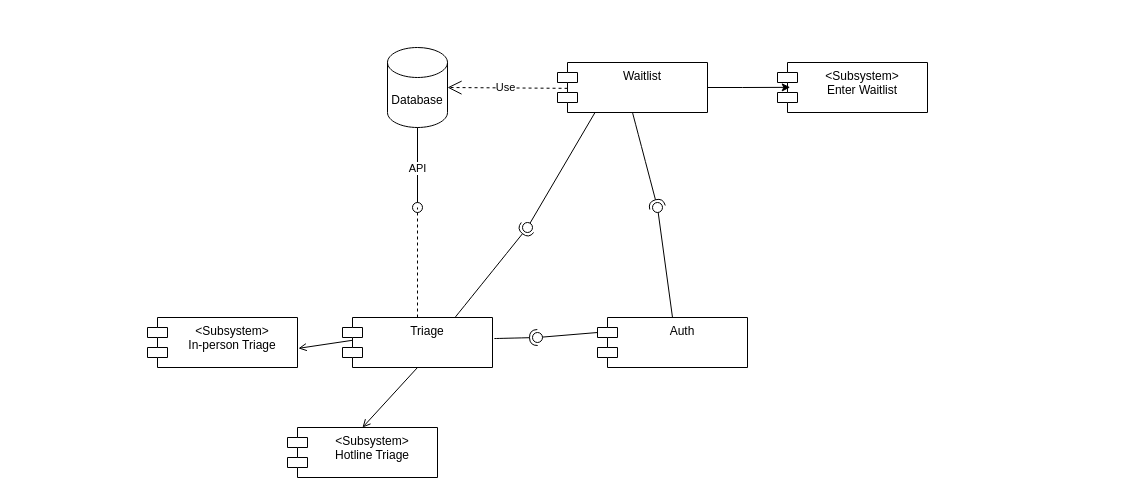
uvic-teach/project-m1-team1 keeps this draw.io diagram as images/m2_usecase1_cc.drawio. Above is the earlier version. Source tidied: cells renumbered, new cells numbered last; positions are measured from the earlier drawing's top-left corner, leaving out a move shared by most shapes. Both pictures are drawn from the tidied source at 100%, with x=0, y=0 at pixel (17, 47).
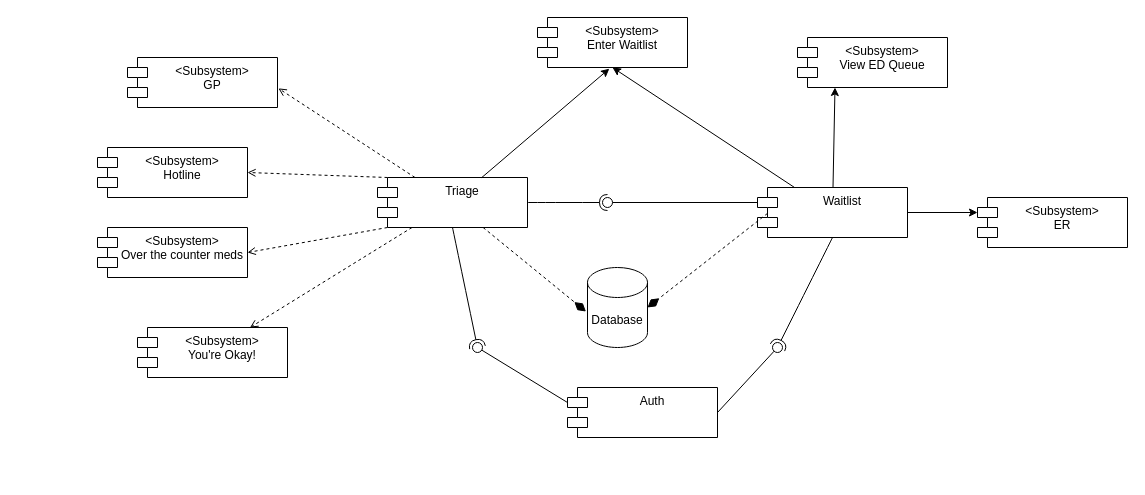
The same page after the edit.

Diff of the diagram source:
```diff
@@
+    <mxCell id="25" style="rounded=0;jettySize=auto;html=1;entryX=0.25;entryY=1;entryDx=0;entryDy=0;" parent="1" edge="1" source="2" target="30">
+      <mxGeometry relative="1" as="geometry" />
+    </mxCell>
     <mxCell id="2" value="&lt;div&gt;Waitlist&lt;/div&gt;" style="shape=module;align=left;spacingLeft=20;align=center;verticalAlign=top;whiteSpace=wrap;html=1;" parent="1" vertex="1">
-      <mxGeometry x="540" y="15" width="150" height="50" as="geometry" />
+      <mxGeometry x="740" y="140" width="150" height="50" as="geometry" />
     </mxCell>
-    <mxCell id="3" style="rounded=0;jettySize=auto;html=1;exitX=0.5;exitY=1;exitDx=0;exitDy=0;entryX=0.5;entryY=0;entryDx=0;entryDy=0;endArrow=open;endFill=0;" parent="1" edge="1" source="5" target="9">
+    <mxCell id="3" style="rounded=0;jettySize=auto;html=1;exitX=0;exitY=0;exitDx=10;exitDy=0;entryX=1;entryY=0.5;entryDx=0;entryDy=0;endArrow=open;endFill=0;exitPerimeter=0;dashed=1;" parent="1" edge="1" source="5" target="9">
       <mxGeometry relative="1" as="geometry" />
     </mxCell>
-    <mxCell id="4" style="rounded=0;jettySize=auto;html=1;exitX=0.084;exitY=0.448;exitDx=0;exitDy=0;entryX=1.006;entryY=0.617;entryDx=0;entryDy=0;entryPerimeter=0;endArrow=open;endFill=0;exitPerimeter=0;" parent="1" edge="1" source="5" target="10">
+    <mxCell id="4" style="rounded=0;jettySize=auto;html=1;exitX=0.25;exitY=0;exitDx=0;exitDy=0;entryX=1.006;entryY=0.617;entryDx=0;entryDy=0;entryPerimeter=0;endArrow=open;endFill=0;dashed=1;" parent="1" edge="1" source="5" target="10">
       <mxGeometry relative="1" as="geometry" />
     </mxCell>
+    <mxCell id="26" style="rounded=0;jettySize=auto;html=1;entryX=1;entryY=0.5;entryDx=0;entryDy=0;exitX=0;exitY=1;exitDx=10;exitDy=0;exitPerimeter=0;dashed=1;endArrow=open;endFill=0;" parent="1" edge="1" source="5" target="32">
+      <mxGeometry relative="1" as="geometry" />
+    </mxCell>
+    <mxCell id="27" style="rounded=0;jettySize=auto;html=1;entryX=0.75;entryY=0;entryDx=0;entryDy=0;dashed=1;endArrow=open;endFill=0;" parent="1" edge="1" source="5" target="33">
+      <mxGeometry relative="1" as="geometry" />
+    </mxCell>
     <mxCell id="5" value="&lt;div&gt;Triage&lt;/div&gt;" style="shape=module;align=left;spacingLeft=20;align=center;verticalAlign=top;whiteSpace=wrap;html=1;" parent="1" vertex="1">
-      <mxGeometry x="325" y="270" width="150" height="50" as="geometry" />
+      <mxGeometry x="360" y="130" width="150" height="50" as="geometry" />
     </mxCell>
     <mxCell id="6" value="Database" style="shape=cylinder3;whiteSpace=wrap;html=1;boundedLbl=1;backgroundOutline=1;size=15;" parent="1" vertex="1">
-      <mxGeometry x="370" width="60" height="80" as="geometry" />
+      <mxGeometry x="570" y="220" width="60" height="80" as="geometry" />
     </mxCell>
-    <mxCell id="7" value="Use" style="endArrow=open;endSize=12;dashed=1;html=1;rounded=0;exitX=0.067;exitY=0.517;exitDx=0;exitDy=0;exitPerimeter=0;" parent="1" edge="1" source="2">
-      <mxGeometry x="0.03" relative="1" as="geometry">
-        <mxPoint x="430" y="40" as="targetPoint" />
-      </mxGeometry>
+    <mxCell id="7" style="endArrow=diamondThin;endSize=12;dashed=1;html=1;rounded=0;exitX=0.067;exitY=0.517;exitDx=0;exitDy=0;exitPerimeter=0;entryX=1;entryY=0.5;entryDx=0;entryDy=0;entryPerimeter=0;endFill=1;" parent="1" edge="1" source="2" target="6">
+      <mxGeometry x="0.03" relative="1" as="geometry" />
     </mxCell>
     <mxCell id="8" value="&amp;lt;Subsystem&amp;gt;&lt;div&gt;Enter Waitlist&lt;br&gt;&lt;/div&gt;" style="shape=module;align=left;spacingLeft=20;align=center;verticalAlign=top;whiteSpace=wrap;html=1;" parent="1" vertex="1">
-      <mxGeometry x="760" y="15" width="150" height="50" as="geometry" />
+      <mxGeometry x="520" y="-30" width="150" height="50" as="geometry" />
     </mxCell>
-    <mxCell id="9" value="&amp;lt;Subsystem&amp;gt;&lt;div&gt;Hotline Triage&lt;br&gt;&lt;/div&gt;&lt;div&gt;&lt;br&gt;&lt;/div&gt;" style="shape=module;align=left;spacingLeft=20;align=center;verticalAlign=top;whiteSpace=wrap;html=1;" parent="1" vertex="1">
-      <mxGeometry x="270" y="380" width="150" height="50" as="geometry" />
+    <mxCell id="9" value="&amp;lt;Subsystem&amp;gt;&lt;div&gt;Hotline&lt;/div&gt;" style="shape=module;align=left;spacingLeft=20;align=center;verticalAlign=top;whiteSpace=wrap;html=1;" parent="1" vertex="1">
+      <mxGeometry x="80" y="100" width="150" height="50" as="geometry" />
     </mxCell>
-    <mxCell id="10" value="&amp;lt;Subsystem&amp;gt;&lt;div&gt;In-person Triage&lt;br&gt;&lt;/div&gt;" style="shape=module;align=left;spacingLeft=20;align=center;verticalAlign=top;whiteSpace=wrap;html=1;" parent="1" vertex="1">
-      <mxGeometry x="130" y="270" width="150" height="50" as="geometry" />
+    <mxCell id="10" value="&amp;lt;Subsystem&amp;gt;&lt;div&gt;GP&lt;br&gt;&lt;/div&gt;" style="shape=module;align=left;spacingLeft=20;align=center;verticalAlign=top;whiteSpace=wrap;html=1;" parent="1" vertex="1">
+      <mxGeometry x="110" y="10" width="150" height="50" as="geometry" />
     </mxCell>
@@
-    <mxCell id="13" style="rounded=0;jettySize=auto;html=1;dashed=1;endArrow=none;endFill=0;" parent="1" edge="1" source="5">
-      <mxGeometry relative="1" as="geometry">
-        <mxPoint x="400" y="160" as="targetPoint" />
-      </mxGeometry>
-    </mxCell>
     <mxCell id="14" value="&lt;div&gt;Auth&lt;/div&gt;" style="shape=module;align=left;spacingLeft=20;align=center;verticalAlign=top;whiteSpace=wrap;html=1;" parent="1" vertex="1">
-      <mxGeometry x="580" y="270" width="150" height="50" as="geometry" />
+      <mxGeometry x="550" y="340" width="150" height="50" as="geometry" />
     </mxCell>
-    <mxCell id="15" style="rounded=0;jettySize=auto;html=1;endArrow=oval;endFill=0;sketch=0;sourcePerimeterSpacing=0;targetPerimeterSpacing=0;endSize=10;exitX=0.5;exitY=1;exitDx=0;exitDy=0;exitPerimeter=0;" parent="1" edge="1" source="6">
-      <mxGeometry relative="1" as="geometry">
-        <mxPoint x="400" y="160" as="targetPoint" />
-      </mxGeometry>
-    </mxCell>
-    <mxCell id="16" value="&lt;div&gt;API&lt;/div&gt;" style="edgeLabel;html=1;align=center;verticalAlign=middle;" parent="15" vertex="1">
-      <mxGeometry x="-0.01" y="-1" relative="1" as="geometry" />
-    </mxCell>
     <mxCell id="17" style="rounded=0;jettySize=auto;html=1;endArrow=oval;endFill=0;sketch=0;sourcePerimeterSpacing=0;targetPerimeterSpacing=0;endSize=10;exitX=0;exitY=0;exitDx=0;exitDy=15;exitPerimeter=0;" parent="1" edge="1" source="14">
       <mxGeometry relative="1" as="geometry">
-        <mxPoint x="520" y="290" as="targetPoint" />
+        <mxPoint x="460" y="300" as="targetPoint" />
       </mxGeometry>
     </mxCell>
-    <mxCell id="18" style="rounded=0;jettySize=auto;html=1;endArrow=halfCircle;endFill=0;endSize=6;strokeWidth=1;sketch=0;fontSize=12;curved=1;exitX=1.012;exitY=0.421;exitDx=0;exitDy=0;exitPerimeter=0;" parent="1" edge="1" source="5">
+    <mxCell id="18" style="rounded=0;jettySize=auto;html=1;endArrow=halfCircle;endFill=0;endSize=6;strokeWidth=1;sketch=0;fontSize=12;curved=1;exitX=0.5;exitY=1;exitDx=0;exitDy=0;" parent="1" edge="1" source="5">
       <mxGeometry relative="1" as="geometry">
-        <mxPoint x="520" y="290" as="targetPoint" />
+        <mxPoint x="460" y="300" as="targetPoint" />
       </mxGeometry>
     </mxCell>
@@
-    <mxCell id="20" style="rounded=0;jettySize=auto;html=1;endArrow=oval;endFill=0;sketch=0;sourcePerimeterSpacing=0;targetPerimeterSpacing=0;endSize=10;exitX=0.5;exitY=0;exitDx=0;exitDy=0;" parent="1" edge="1" source="14">
+    <mxCell id="20" style="rounded=0;jettySize=auto;html=1;endArrow=oval;endFill=0;sketch=0;sourcePerimeterSpacing=0;targetPerimeterSpacing=0;endSize=10;exitX=1;exitY=0.5;exitDx=0;exitDy=0;" parent="1" edge="1" source="14">
       <mxGeometry relative="1" as="geometry">
-        <mxPoint x="640" y="160" as="targetPoint" />
+        <mxPoint x="760" y="300" as="targetPoint" />
       </mxGeometry>
     </mxCell>
     <mxCell id="21" style="rounded=0;jettySize=auto;html=1;endArrow=halfCircle;endFill=0;endSize=6;strokeWidth=1;sketch=0;fontSize=12;curved=1;exitX=0.5;exitY=1;exitDx=0;exitDy=0;" parent="1" edge="1" source="2">
       <mxGeometry relative="1" as="geometry">
-        <mxPoint x="640" y="160" as="targetPoint" />
+        <mxPoint x="760" y="300" as="targetPoint" />
       </mxGeometry>
     </mxCell>
-    <mxCell id="22" style="rounded=0;jettySize=auto;html=1;endArrow=oval;endFill=0;sketch=0;sourcePerimeterSpacing=0;targetPerimeterSpacing=0;endSize=10;exitX=0.25;exitY=1;exitDx=0;exitDy=0;" parent="1" edge="1" source="2">
-      <mxGeometry relative="1" as="geometry">
-        <mxPoint x="510" y="180" as="targetPoint" />
-      </mxGeometry>
-    </mxCell>
-    <mxCell id="23" style="rounded=0;jettySize=auto;html=1;endArrow=halfCircle;endFill=0;endSize=6;strokeWidth=1;sketch=0;fontSize=12;curved=1;exitX=0.75;exitY=0;exitDx=0;exitDy=0;" parent="1" edge="1" source="5">
+    <mxCell id="23" style="rounded=0;jettySize=auto;html=1;endArrow=halfCircle;endFill=0;endSize=6;strokeWidth=1;sketch=0;fontSize=12;curved=1;exitX=1;exitY=0.5;exitDx=0;exitDy=0;" parent="1" edge="1" source="5">
       <mxGeometry relative="1" as="geometry">
-        <mxPoint x="510" y="180" as="targetPoint" />
+        <mxPoint x="590" y="155" as="targetPoint" />
       </mxGeometry>
     </mxCell>
-    <mxCell id="24" style="edgeStyle=orthogonalEdgeStyle;rounded=0;jettySize=auto;html=1;entryX=0.085;entryY=0.497;entryDx=0;entryDy=0;entryPerimeter=0;" parent="1" edge="1" source="2" target="8">
+    <mxCell id="24" style="rounded=0;jettySize=auto;html=1;entryX=0.5;entryY=1;entryDx=0;entryDy=0;" parent="1" edge="1" source="2" target="8">
       <mxGeometry relative="1" as="geometry" />
     </mxCell>
+    <mxCell id="28" style="rounded=0;jettySize=auto;html=1;entryX=0.479;entryY=1.023;entryDx=0;entryDy=0;entryPerimeter=0;" parent="1" edge="1" source="5" target="8">
+      <mxGeometry relative="1" as="geometry" />
+    </mxCell>
+    <mxCell id="29" style="rounded=0;jettySize=auto;html=1;endArrow=oval;endFill=0;sketch=0;sourcePerimeterSpacing=0;targetPerimeterSpacing=0;endSize=10;exitX=0;exitY=0;exitDx=0;exitDy=15;exitPerimeter=0;" parent="1" edge="1" source="2">
+      <mxGeometry relative="1" as="geometry">
+        <mxPoint x="590" y="155" as="targetPoint" />
+      </mxGeometry>
+    </mxCell>
+    <mxCell id="30" value="&amp;lt;Subsystem&amp;gt;&lt;div&gt;View ED Queue&lt;/div&gt;" style="shape=module;align=left;spacingLeft=20;align=center;verticalAlign=top;whiteSpace=wrap;html=1;" parent="1" vertex="1">
+      <mxGeometry x="780" y="-10" width="150" height="50" as="geometry" />
+    </mxCell>
+    <mxCell id="31" style="rounded=0;jettySize=auto;html=1;dashed=1;endArrow=diamondThin;endFill=1;entryX=-0.026;entryY=0.55;entryDx=0;entryDy=0;entryPerimeter=0;endSize=12;" parent="1" edge="1" source="5" target="6">
+      <mxGeometry relative="1" as="geometry" />
+    </mxCell>
+    <mxCell id="32" value="&amp;lt;Subsystem&amp;gt;&lt;div&gt;Over the counter meds&lt;/div&gt;" style="shape=module;align=left;spacingLeft=20;align=center;verticalAlign=top;whiteSpace=wrap;html=1;" parent="1" vertex="1">
+      <mxGeometry x="80" y="180" width="150" height="50" as="geometry" />
+    </mxCell>
+    <mxCell id="33" value="&amp;lt;Subsystem&amp;gt;&lt;div&gt;You're Okay!&lt;/div&gt;" style="shape=module;align=left;spacingLeft=20;align=center;verticalAlign=top;whiteSpace=wrap;html=1;" parent="1" vertex="1">
+      <mxGeometry x="120" y="280" width="150" height="50" as="geometry" />
+    </mxCell>
+    <mxCell id="34" value="&amp;lt;Subsystem&amp;gt;&lt;div&gt;ER&lt;/div&gt;" style="shape=module;align=left;spacingLeft=20;align=center;verticalAlign=top;whiteSpace=wrap;html=1;" parent="1" vertex="1">
+      <mxGeometry x="960" y="150" width="150" height="50" as="geometry" />
+    </mxCell>
+    <mxCell id="35" style="rounded=0;jettySize=auto;html=1;entryX=0;entryY=0;entryDx=0;entryDy=15;entryPerimeter=0;" parent="1" edge="1" source="2" target="34">
+      <mxGeometry relative="1" as="geometry" />
+    </mxCell>
```
